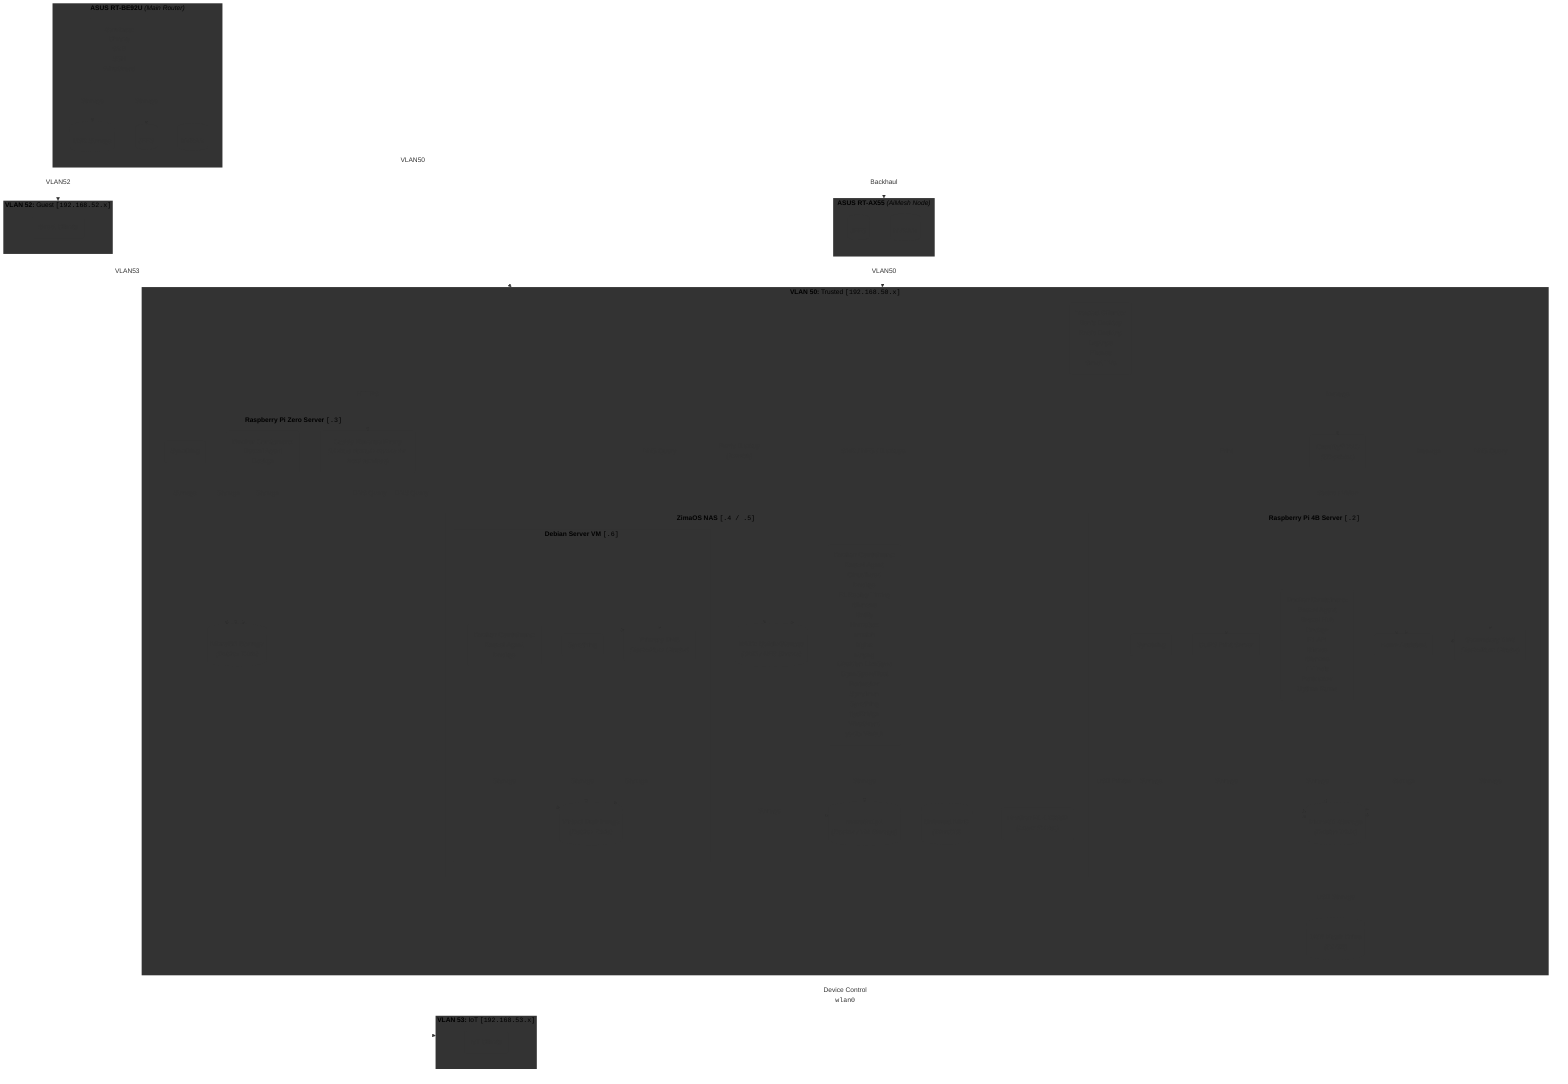
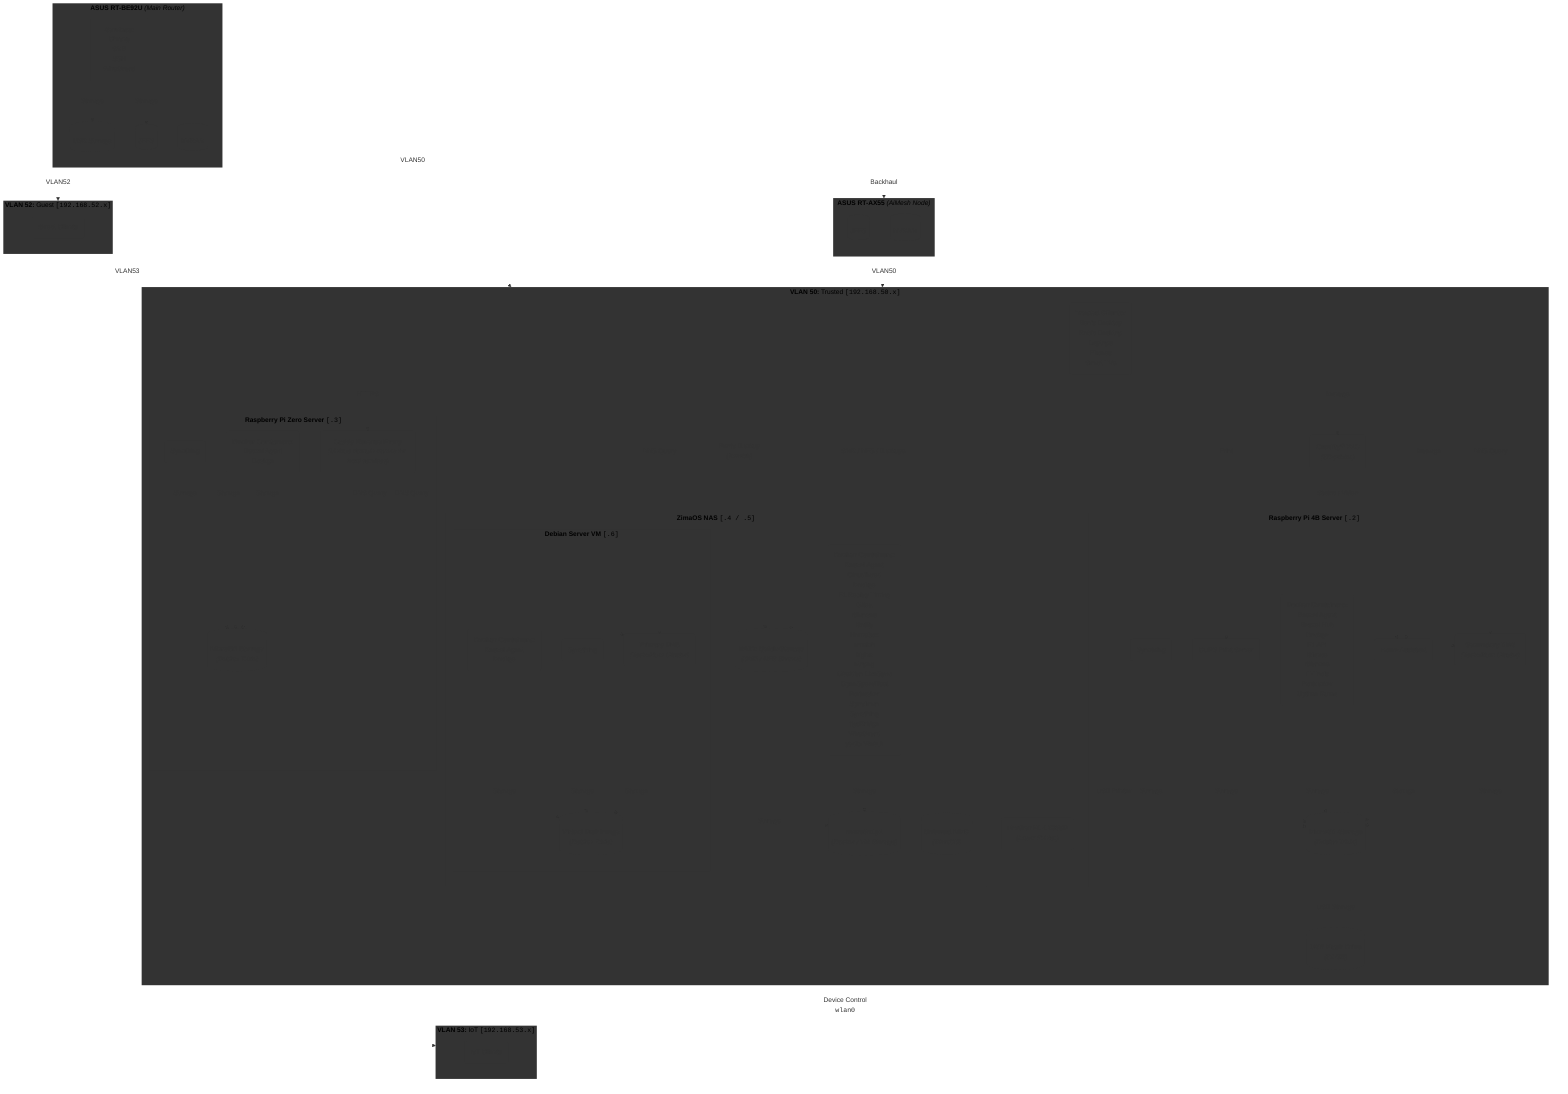
%%{
  init: {
    "themeCSS": ".node.vlan50 rect, .node.vlan50 polygon, .node.vlan50 circle, .node.vlan50 path { fill: var(--vlan50-bg) !important; stroke: var(--vlan50-border) !important; stroke-width: 2px !important; } .node.vlan52 rect, .node.vlan52 polygon, .node.vlan52 circle, .node.vlan52 path { fill: var(--vlan52-bg) !important; stroke: var(--vlan52-border) !important; stroke-width: 2px !important; stroke-dasharray: 5 5 !important; } .node.vlan53 rect, .node.vlan53 polygon, .node.vlan53 circle, .node.vlan53 path { fill: var(--vlan53-bg) !important; stroke: var(--vlan53-border) !important; stroke-width: 2px !important; stroke-dasharray: 5 5 !important; } .node.service rect, .node.service polygon, .node.service circle, .node.service path { fill: var(--service-bg) !important; stroke: var(--service-border) !important; stroke-width: 2px !important; } .node.storage rect, .node.storage polygon, .node.storage circle, .node.storage path { fill: var(--storage-bg) !important; stroke: var(--storage-border) !important; stroke-width: 2px !important; } .node.usb-storage rect, .node.usb-storage polygon, .node.usb-storage circle, .node.usb-storage path { fill: var(--storage-bg) !important; stroke: var(--storage-border) !important; stroke-width: 2px !important; stroke-dasharray: 5 5 !important; } .nodeLabel { color: var(--node-text) !important; } .node text { fill: var(--node-text) !important; } .cluster rect { fill: var(--subgraph-bg) !important; stroke: var(--subgraph-border) !important; stroke-width: 1px !important; } .cluster-label text, .cluster text { fill: var(--node-text) !important; } .cluster-label span, .cluster span { color: var(--node-text) !important; } .edgeLabel, .edgeLabel span, .edgeLabel p, .labelBkg, .htmlLabel { background-color: var(--edge-bg) !important; color: var(--edge-text) !important; } .edgeLabel rect { fill: var(--edge-bg) !important; } .edgeLabel text { fill: var(--edge-text) !important; } .edgePath path, .flowchart-link { stroke: var(--edge-line) !important; } .marker path, .arrowheadPath { fill: var(--edge-line) !important; stroke: var(--edge-line) !important; }"
  }
}%%

graph TD
    %% --- Dummy Class Definitions (To register the classes on the SVGs) --- %%
    classDef vlan50 fill: stroke:;
    classDef vlan52 fill: stroke:;
    classDef vlan53 fill: stroke:;
    classDef service fill: stroke:;
    classDef storage fill: stroke:;
    classDef usb-storage fill: stroke:;

    %% --- Router --- %%
    subgraph Router ["<b>ASUS RT-BE92U</b> <i>(Main Router)</i>"]
        direction TB
        Services["<b>Services:</b><br>Chrony<br>SMB<br>SSH<br>WireGuard"]:::service
        Router_USB[("USB Storage")]:::usb-storage
        Router_JFFS[("JFFS")]:::storage
        RouterNVRAM[("NVRAM")]:::storage
    end

    %% --- Router storage connections --- %%
    Services -- "Storage" --> Router_USB
    Services -- "Storage" --> Router_JFFS

    %% --- AiMesh Node --- %%
    subgraph AiMesh_Node["<b>ASUS RT-AX55</b> <i>(AiMesh Node)</i>"]
        direction TB
        AiMesh_JFFS[("JFFS")]:::storage
        AiMesh_NVRAM[("NVRAM")]:::storage
    end

    %% --- Router ==> AiMesh_Node backhaul --- %%
    Router == "Backhaul" ==> AiMesh_Node

    %% --- Trusted VLAN --- %%
    subgraph Trusted_VLAN50 ["<b>VLAN 50:</b> Trusted <code>[192.168.50.x]</code>"]
        direction TB

        Clients("<b>Trusted Clients:</b><br>Ben's Desktop<br>Rob's Desktop<br>Laptops<br>Phones<br>Smart TVs"):::vlan50
        Printer("<b>Creality<sup>&copy;</sup> K1C</b><br><i>(3D-printer)</i>"):::vlan50
        Brother("<b>Brother HL-L2300D</b><br><i>(Laser Printer)</i>"):::vlan50
        USB_Ext[("<b>USB Flash Drive</b><br><i>(32 GB)</i>")]:::usb-storage

        %% --- ZimaOS NAS --- %%
        subgraph Server_Zima ["<b>ZimaOS NAS</b> <code>[.4 / .5]</code>"]
            Storage_SMB[("<b>RAID: Quick-Storage</b><br><i>(SMB / NFS Shares)</i>")]:::storage
            Storage_NVMe[("<b>nvme0n1p1</b><br><i>(Docker / VM Storage)</i>")]:::storage
            Storage_MMC[("<b>Onboard MMC</b><br><i>(ZimaOS)</i>")]:::storage
-             Service_Docker("<b>Docker Containers:</b><br>Beszel Agent<br>Cloudflared<br>Dockge<br>F1 Replay Timing<br>Glances<br>Gotify<br>Homebox<br>Immich<br>Nginx<br>ntopng<br>Obsidian LiveSync<br>OpenSpeedTest<br>Portracker<br>Spoolman<br>Syncthing<br>ttydBridge<br>WireGuard<br>yt-dlp WebUI"):::service
+             Service_Docker("<b>Docker Containers:</b><br>Beszel Agent<br>Cloudflared<br>Dockge<br>F1 Replay Timing<br>Gitea<br>Glances<br>Gotify<br>Homebox<br>Immich<br>Nginx<br>ntopng<br>Obsidian LiveSync<br>OpenSpeedTest<br>Portracker<br>Spoolman<br>Syncthing<br>ttydBridge<br>WireGuard<br>yt-dlp WebUI"):::service

            %% --- Debain VM Server --- %%
            subgraph VM_Debian ["<b>Debian Server VM</b> <code>[.6]</code>"]
                DNS_Primary("<b>Primary DNS</b><br><i>(Technitium Cluster)</i>"):::service
                Syncthing_VM("Syncthing"):::service
                Service_Docker_VM("<b>Docker Containers:</b><br>Beszel Agent<br>Dockge"):::service
                Virtual_Disk[("<b>Virtual Disk Image</b><br><i>(Debian Trixie)</i>")]:::usb-storage
            end
        end

        %% --- Debian VM storage connections --- %%
        DNS_Primary -- "Storage" --> Virtual_Disk
        Syncthing_VM -- "Storage" --> Virtual_Disk
        Service_Docker_VM -- "Storage" --> Virtual_Disk

        %% --- ZimaOS NAS storage connections --- %%
        VM_Debian -- "Storage" --> Storage_NVMe
        Service_Docker -- "Storage" --> Storage_NVMe

        %% --- Raspberry Pi 4B Server --- %%
        subgraph Server_Pi4 ["<b>Raspberry Pi 4B Server</b> <code>[.2]</code>"]
            MicroSD_Pi4[("<b>MicroSD Storage</b><br><i>(Debian Trixie)</i>")]:::storage
            DNS_Secondary("<b>Secondary DNS</b><br><i>(Technitium Cluster)</i>"):::service
            HA("Home Assistant"):::service
            Print("CUPS Print Server"):::service
            Syncthing_Pi4("Syncthing"):::service
            Service_Docker_Pi4("<b>Docker Containers:</b><br>Beszel Agent<br>Beszel Hub<br>Dockge<br>F1 API<br>Glance<br>Glances<br>IT-Tools<br>Portracker<br>Uptime Kuma"):::service
        end

        %% --- Pi 4B storage connections --- %%
        DNS_Secondary -- "Storage" --> MicroSD_Pi4
        HA -- "Storage" --> MicroSD_Pi4
        Service_Docker_Pi4 -- "Storage" --> MicroSD_Pi4
        Print -- "Storage" --> MicroSD_Pi4
        Syncthing_Pi4 -- "Storage" --> MicroSD_Pi4
        Server_Pi4 -. "USB Storage" .- USB_Ext

        %% --- Raspberry Pi Zero Server --- %%
        subgraph Server_PiZero ["<b>Raspberry Pi Zero Server</b> <code>[.3]</code>"]
            MicroSD_PiZero[("<b>MicroSD Storage</b><br><i>(Debian Trixie)</i>")]:::storage
            Service_Docker_PiZero("<b>Docker Containers:</b><br>Beszel Agent<br>Dockge"):::service
            Syncthing_PiZero("Syncthing"):::service
            Caddy("<b>Caddy Reverse Proxy</b><br><i>(Unique domain names for local services)</i>"):::service
        end

        %% --- Pi Zero storage connections --- %%
        Service_Docker_PiZero -- "Storage" --> MicroSD_PiZero
        Caddy -- "Storage" --> MicroSD_PiZero
        Syncthing_PiZero -- "Storage" --> MicroSD_PiZero

    end

    %% --- Segregated VLANs --- %%
    subgraph IoT_VLAN53 ["<b>VLAN 53:</b> IoT <code>[192.168.53.x]</code>"]
        direction TB
        IoTClients("IoT Clients"):::vlan53
    end

    subgraph Guest_VLAN52 ["<b>VLAN 52:</b> Guest <code>[192.168.52.x]</code>"]
        direction TB
        GuestClients("Guest Clients"):::vlan52
    end

    %% --- Trusted VLAN Connections --- %%
    Clients -- "DNS Query" --> DNS_Primary
    Clients -- "DNS Query" --> DNS_Secondary
    Clients -- "HTTPS" --> Caddy
    Caddy -- "DNS Query" --> DNS_Primary
    Caddy -- "DNS Query" --> DNS_Secondary
    HA -. "Device Control<br><code>wlan0</code>" .- IoT_VLAN53
    Clients -- "SMB / NFS / Backups" --> Storage_SMB
    Clients -- "Photo Backup<br><i>(Immich)</i>" --> Storage_SMB
    Clients -- "Manage" --> HA
    Clients -- "Manage" --> Printer
    Clients -- "Print" --> Print
    Printer -- "Status / Video" --> HA
    Print -. "USB Printer" .- Brother

    %% --- Router --> VLAN Connections --- %%
    Router -- "VLAN50" --> Trusted_VLAN50
    Router -- "VLAN52" --> Guest_VLAN52
    Router -- "VLAN53" --> IoT_VLAN53
    AiMesh_Node -- "VLAN50" --> Trusted_VLAN50